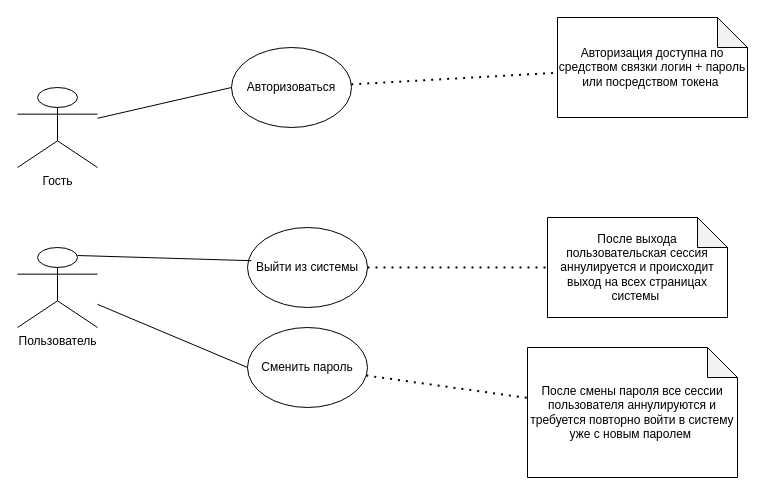
Before: Description/Authorization/Authorization_User.drawio in Fox5113/corporate-social-system, a draw.io diagram. Source tidied: cells renumbered, new cells numbered last; positions are measured from the earlier drawing's top-left corner, leaving out a move shared by most shapes. Both pictures are drawn from the tidied source at 100%, with x=0, y=0 at pixel (17, 17).
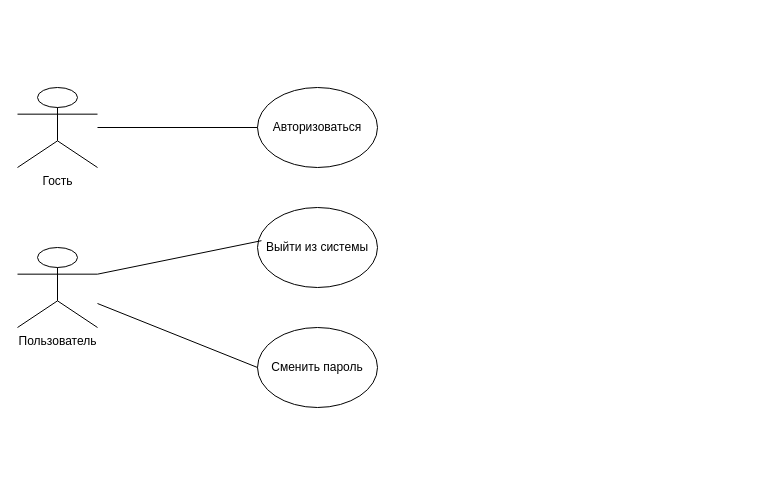
The same diagram, later.

What changed in the source:
```diff
@@
 <mxGraphModel>
   <root>
     <mxCell id="0" />
     <mxCell id="1" parent="0" />
     <mxCell id="2" value="Гость" style="shape=umlActor;verticalLabelPosition=bottom;verticalAlign=top;html=1;outlineConnect=0;" parent="1" vertex="1">
       <mxGeometry y="70" width="80" height="80" as="geometry" />
     </mxCell>
     <mxCell id="3" value="Пользователь" style="shape=umlActor;verticalLabelPosition=bottom;verticalAlign=top;html=1;outlineConnect=0;" parent="1" vertex="1">
       <mxGeometry y="230" width="80" height="80" as="geometry" />
     </mxCell>
     <mxCell id="4" value="Авторизоваться" style="ellipse;whiteSpace=wrap;html=1;" parent="1" vertex="1">
-      <mxGeometry x="214" y="30" width="120" height="80" as="geometry" />
+      <mxGeometry x="240" y="70" width="120" height="80" as="geometry" />
     </mxCell>
     <mxCell id="5" style="endArrow=none;html=1;rounded=0;entryX=0;entryY=0.5;entryDx=0;entryDy=0;" parent="1" edge="1" source="2" target="4">
       <mxGeometry relative="1" as="geometry" />
     </mxCell>
-    <mxCell id="6" value="Авторизация доступна по средством связки логин + пароль или посредством токена&amp;nbsp;" style="shape=note;whiteSpace=wrap;html=1;backgroundOutline=1;darkOpacity=0.05;" parent="1" vertex="1">
-      <mxGeometry x="540" width="190" height="100" as="geometry" />
-    </mxCell>
-    <mxCell id="7" style="endArrow=none;dashed=1;html=1;dashPattern=1 3;strokeWidth=2;rounded=0;" parent="1" edge="1" source="4" target="6">
-      <mxGeometry relative="1" as="geometry" />
-    </mxCell>
     <mxCell id="8" value="Выйти из системы" style="ellipse;whiteSpace=wrap;html=1;" parent="1" vertex="1">
-      <mxGeometry x="230" y="210" width="120" height="80" as="geometry" />
+      <mxGeometry x="240" y="190" width="120" height="80" as="geometry" />
     </mxCell>
     <mxCell id="9" value="Сменить пароль" style="ellipse;whiteSpace=wrap;html=1;" parent="1" vertex="1">
-      <mxGeometry x="230" y="310" width="120" height="80" as="geometry" />
+      <mxGeometry x="240" y="310" width="120" height="80" as="geometry" />
     </mxCell>
-    <mxCell id="10" style="endArrow=none;html=1;rounded=0;exitX=0.75;exitY=0.1;exitDx=0;exitDy=0;exitPerimeter=0;entryX=0.033;entryY=0.415;entryDx=0;entryDy=0;entryPerimeter=0;" parent="1" edge="1" source="3" target="8">
+    <mxCell id="10" style="endArrow=none;html=1;rounded=0;exitX=1;exitY=0.3333333333333333;exitDx=0;exitDy=0;exitPerimeter=0;entryX=0.033;entryY=0.415;entryDx=0;entryDy=0;entryPerimeter=0;" parent="1" edge="1" source="3" target="8">
       <mxGeometry relative="1" as="geometry" />
     </mxCell>
     <mxCell id="11" style="endArrow=none;html=1;rounded=0;entryX=0;entryY=0.5;entryDx=0;entryDy=0;" parent="1" edge="1" source="3" target="9">
       <mxGeometry relative="1" as="geometry" />
     </mxCell>
-    <mxCell id="12" value="После выхода пользовательская сессия аннулируется и происходит выход на всех страницах системы&amp;nbsp;" style="shape=note;whiteSpace=wrap;html=1;backgroundOutline=1;darkOpacity=0.05;" parent="1" vertex="1">
-      <mxGeometry x="530" y="200" width="180" height="100" as="geometry" />
-    </mxCell>
-    <mxCell id="13" style="endArrow=none;dashed=1;html=1;dashPattern=1 3;strokeWidth=2;rounded=0;" parent="1" edge="1" source="8" target="12">
-      <mxGeometry relative="1" as="geometry" />
-    </mxCell>
-    <mxCell id="14" value="После смены пароля все сессии пользователя аннулируются и требуется повторно войти в систему уже с новым паролем&amp;nbsp;" style="shape=note;whiteSpace=wrap;html=1;backgroundOutline=1;darkOpacity=0.05;" parent="1" vertex="1">
-      <mxGeometry x="510" y="330" width="210" height="130" as="geometry" />
-    </mxCell>
-    <mxCell id="15" style="endArrow=none;dashed=1;html=1;dashPattern=1 3;strokeWidth=2;rounded=0;" parent="1" edge="1" source="9" target="14">
-      <mxGeometry relative="1" as="geometry" />
-    </mxCell>
   </root>
 </mxGraphModel>
```
